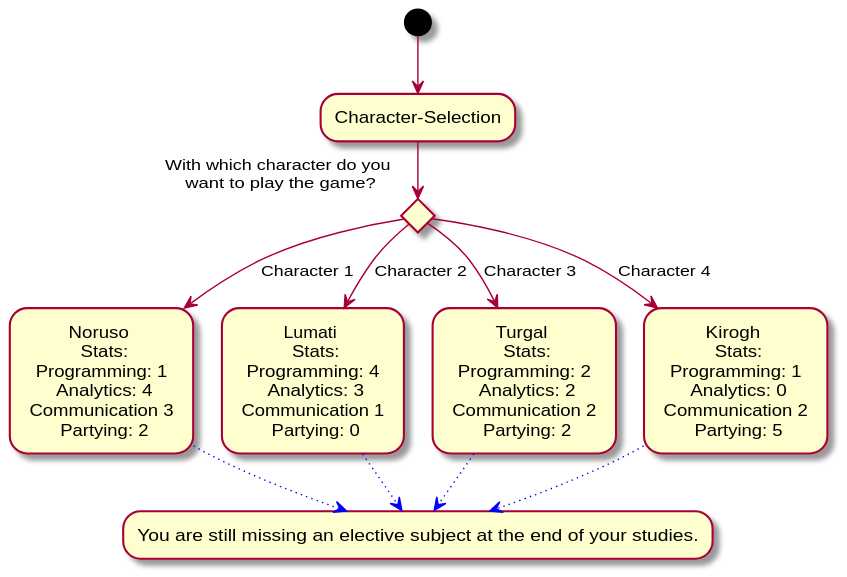
Above: Docs/Technical Specifications/docs/diagrams/StoryFlow/StoryFlow_Decision_1.svg in Brotenko/QualityQuest (PlantUML), before the change.
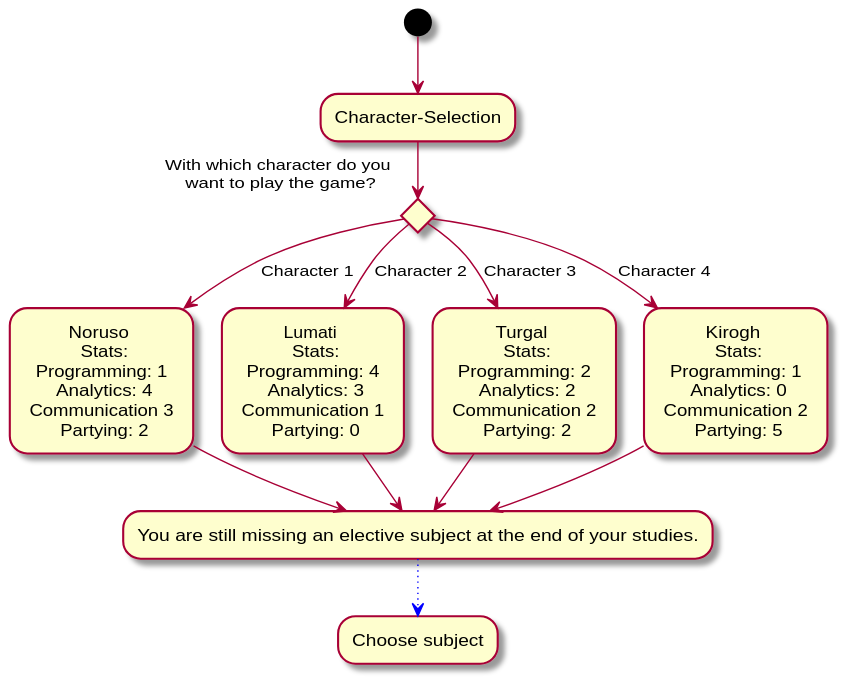
The same file after the commit.

Change to the diagram source:
```diff
@@ -9,9 +9,10 @@
 else
 --> [Character 4] "Kirogh \n Stats:\n Programming: 1 \n Analytics: 0\n Communication 2 \n Partying: 5"
 
--[#blue,dotted]-> "You are still missing an elective subject at the end of your studies." as nextDecision
+--> "You are still missing an elective subject at the end of your studies." as subject
+-[#blue,dotted]-> "Choose subject"
 
-char1 -[#blue,dotted]-> nextDecision
-char2 -[#blue,dotted]-> nextDecision
-char3 -[#blue,dotted]-> nextDecision
+char1 --> subject
+char2 --> subject
+char3 --> subject
 @enduml
```
